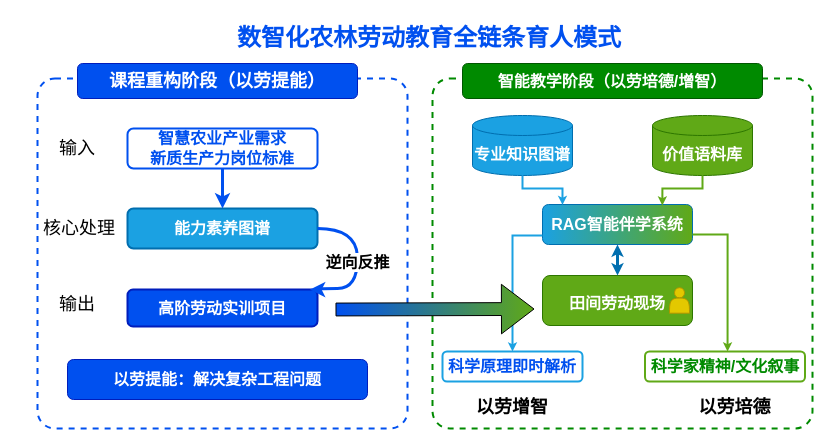
handsome-tony/picture keeps this draw.io diagram as 1.14.drawio. Above is the earlier version. Source tidied: cells renumbered, new cells numbered last; positions are measured from the earlier drawing's top-left corner, leaving out a move shared by most shapes. Both pictures are drawn from the tidied source at 100%, with x=0, y=0 at pixel (17, 18).
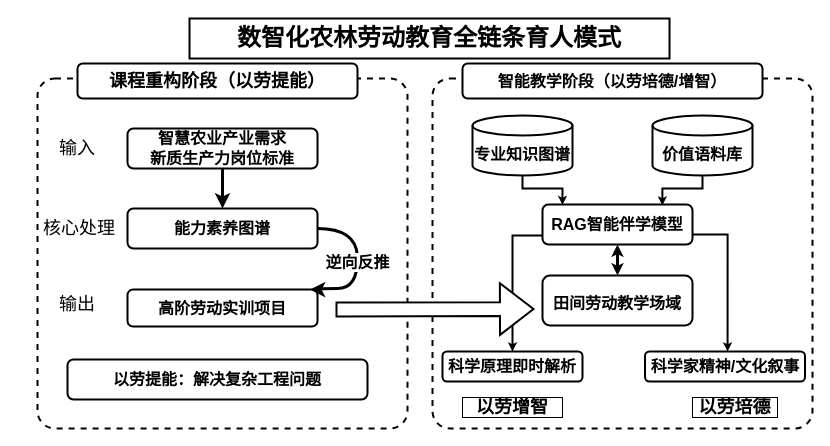
Above is the later version.

What changed in the source:
```diff
@@
-    <mxCell id="2" style="rounded=1;whiteSpace=wrap;html=1;fillColor=none;strokeColor=#008a00;strokeWidth=2;dashed=1;arcSize=5;" parent="1" vertex="1">
+    <mxCell id="2" style="rounded=1;whiteSpace=wrap;html=1;fillColor=none;strokeColor=#000000;strokeWidth=2;dashed=1;arcSize=5;" parent="1" vertex="1">
       <mxGeometry x="415" y="60" width="380" height="350" as="geometry" />
     </mxCell>
-    <mxCell id="3" value="数智化农林劳动教育全链条育人模式" style="text;html=1;strokeColor=none;fillColor=none;align=center;verticalAlign=middle;whiteSpace=wrap;rounded=0;fontSize=24;fontStyle=1;fontColor=#0050EF;" parent="1" vertex="1">
+    <mxCell id="3" value="&lt;font style=&quot;color: rgb(0, 0, 0);&quot;&gt;数智化农林劳动教育全链条育人模式&lt;/font&gt;" style="text;html=1;strokeColor=#000000;fillColor=none;align=center;verticalAlign=middle;whiteSpace=wrap;rounded=0;fontSize=24;fontStyle=1;fontColor=#0050EF;strokeWidth=2;" parent="1" vertex="1">
       <mxGeometry x="172" width="480" height="40" as="geometry" />
     </mxCell>
-    <mxCell id="4" style="rounded=1;whiteSpace=wrap;html=1;fillColor=none;strokeColor=#0050EF;strokeWidth=2;dashed=1;arcSize=5;" parent="1" vertex="1">
+    <mxCell id="4" style="rounded=1;whiteSpace=wrap;html=1;fillColor=none;strokeColor=#000000;strokeWidth=2;dashed=1;arcSize=5;" parent="1" vertex="1">
       <mxGeometry x="20" y="60" width="370" height="350" as="geometry" />
     </mxCell>
-    <mxCell id="5" value="&lt;font style=&quot;font-size: 18px;&quot;&gt;课程重构阶段（以劳提能）&lt;/font&gt;" style="rounded=1;whiteSpace=wrap;html=1;fillColor=#0050EF;strokeColor=#001DBC;fontColor=#ffffff;fontStyle=1;fontSize=16;" parent="1" vertex="1">
+    <mxCell id="5" value="&lt;font style=&quot;font-size: 18px; color: rgb(0, 0, 0);&quot;&gt;课程重构阶段（以劳提能）&lt;/font&gt;" style="rounded=1;whiteSpace=wrap;html=1;fillColor=default;strokeColor=#000000;fontColor=#ffffff;fontStyle=1;fontSize=16;strokeWidth=2;" parent="1" vertex="1">
       <mxGeometry x="60" y="45" width="280" height="35" as="geometry" />
     </mxCell>
@@
-    <mxCell id="9" value="&lt;font style=&quot;font-size: 16px;&quot;&gt;智慧农业产业需求&lt;/font&gt;&lt;div&gt;&lt;font style=&quot;font-size: 16px;&quot;&gt;新质生产力岗位标准&lt;/font&gt;&lt;/div&gt;" style="rounded=1;whiteSpace=wrap;html=1;fillColor=#ffffff;strokeColor=#0050EF;strokeWidth=2;fontStyle=1;fontSize=14;fontColor=#0050EF;" parent="1" vertex="1">
+    <mxCell id="9" value="&lt;font style=&quot;font-size: 16px; color: rgb(0, 0, 0);&quot;&gt;智慧农业产业需求&lt;/font&gt;&lt;div&gt;&lt;font style=&quot;font-size: 16px; color: rgb(0, 0, 0);&quot;&gt;新质生产力岗位标准&lt;/font&gt;&lt;/div&gt;" style="rounded=1;whiteSpace=wrap;html=1;fillColor=#ffffff;strokeColor=#000000;strokeWidth=2;fontStyle=1;fontSize=14;fontColor=#0050EF;" parent="1" vertex="1">
       <mxGeometry x="110" y="110" width="190" height="40" as="geometry" />
     </mxCell>
-    <mxCell id="10" value="&lt;font style=&quot;font-size: 16px;&quot;&gt;能力素养图谱&lt;/font&gt;" style="rounded=1;whiteSpace=wrap;html=1;fillColor=#1ba1e2;strokeColor=#006EAF;strokeWidth=2;fontStyle=1;fontSize=14;fontColor=#ffffff;" parent="1" vertex="1">
+    <mxCell id="10" value="&lt;font style=&quot;font-size: 16px; color: rgb(0, 0, 0);&quot;&gt;能力素养图谱&lt;/font&gt;" style="rounded=1;whiteSpace=wrap;html=1;fillColor=default;strokeColor=#000000;strokeWidth=2;fontStyle=1;fontSize=14;fontColor=#ffffff;" parent="1" vertex="1">
       <mxGeometry x="110" y="190" width="190" height="40" as="geometry" />
     </mxCell>
-    <mxCell id="11" value="&lt;font style=&quot;font-size: 16px;&quot;&gt;高阶劳动实训项目&lt;/font&gt;" style="rounded=1;whiteSpace=wrap;html=1;fillColor=#0050EF;strokeColor=#001DBC;strokeWidth=2;fontStyle=1;fontSize=14;fontColor=#ffffff;" parent="1" vertex="1">
+    <mxCell id="11" value="&lt;font style=&quot;font-size: 16px; color: rgb(0, 0, 0);&quot;&gt;高阶劳动实训项目&lt;/font&gt;" style="rounded=1;whiteSpace=wrap;html=1;fillColor=default;strokeColor=#000000;strokeWidth=2;fontStyle=1;fontSize=14;fontColor=#ffffff;" parent="1" vertex="1">
       <mxGeometry x="110" y="271" width="190" height="37" as="geometry" />
     </mxCell>
-    <mxCell id="12" value="&lt;font style=&quot;font-size: 16px;&quot;&gt;以劳提能：解决复杂工程问题&lt;/font&gt;" style="rounded=1;whiteSpace=wrap;html=1;fillColor=#0050EF;strokeColor=#001DBC;fontStyle=1;fontSize=13;fontColor=#ffffff;" parent="1" vertex="1">
+    <mxCell id="12" value="&lt;font style=&quot;font-size: 16px; color: rgb(0, 0, 0);&quot;&gt;以劳提能：解决复杂工程问题&lt;/font&gt;" style="rounded=1;whiteSpace=wrap;html=1;fillColor=default;strokeColor=#000000;fontStyle=1;fontSize=13;fontColor=#ffffff;strokeWidth=2;" parent="1" vertex="1">
       <mxGeometry x="50" y="341" width="300" height="40" as="geometry" />
     </mxCell>
-    <mxCell id="13" style="style=edgeStyle=orthogonalEdgeStyle;rounded=0;jettySize=auto;html=1;strokeColor=#0050EF;strokeWidth=3;fillColor=#0050EF;" parent="1" edge="1" source="9" target="10">
+    <mxCell id="13" style="style=edgeStyle=orthogonalEdgeStyle;rounded=0;jettySize=auto;html=1;strokeColor=#000000;strokeWidth=3;fillColor=#0050EF;" parent="1" edge="1" source="9" target="10">
       <mxGeometry relative="1" as="geometry" />
     </mxCell>
-    <mxCell id="14" value="&lt;font style=&quot;font-size: 16px;&quot;&gt;逆向反推&lt;/font&gt;" style="edgeStyle=orthogonalEdgeStyle;curved=1;html=1;strokeColor=#0050EF;strokeWidth=3;fontSize=12;fontStyle=1;exitX=1;exitY=0.5;exitDx=0;exitDy=0;entryX=0.96;entryY=0.002;entryDx=0;entryDy=0;fillColor=#0050EF;entryPerimeter=0;" parent="1" edge="1" source="10" target="11">
+    <mxCell id="14" value="&lt;font style=&quot;font-size: 16px;&quot;&gt;逆向反推&lt;/font&gt;" style="edgeStyle=orthogonalEdgeStyle;curved=1;html=1;strokeColor=#000000;strokeWidth=3;fontSize=12;fontStyle=1;exitX=1;exitY=0.5;exitDx=0;exitDy=0;entryX=0.96;entryY=0.002;entryDx=0;entryDy=0;fillColor=#0050EF;entryPerimeter=0;" parent="1" edge="1" source="10" target="11">
       <mxGeometry relative="1" as="geometry">
         <Array as="points">
           <mxPoint x="340" y="210" />
           <mxPoint x="340" y="270" />
           <mxPoint x="300" y="270" />
           <mxPoint x="300" y="271" />
         </Array>
       </mxGeometry>
     </mxCell>
-    <mxCell id="15" style="shape=arrow;whiteSpace=wrap;html=1;fillColor=#0050EF;gradientColor=#60a917;gradientDirection=east;strokeColor=none;" parent="1" vertex="1">
+    <mxCell id="15" style="shape=arrow;whiteSpace=wrap;html=1;fillColor=#0050EF;gradientColor=#60a917;gradientDirection=east;strokeColor=#000000;" parent="1" vertex="1">
       <mxGeometry x="320" y="305" width="260" height="30" as="geometry" />
     </mxCell>
-    <mxCell id="16" value="智能教学阶段（以劳培德/增智）" style="rounded=1;whiteSpace=wrap;html=1;fillColor=#008a00;strokeColor=#005700;fontColor=#ffffff;fontStyle=1;fontSize=16;" parent="1" vertex="1">
+    <mxCell id="16" value="&lt;font style=&quot;color: rgb(0, 0, 0);&quot;&gt;智能教学阶段（以劳培德/增智）&lt;/font&gt;" style="rounded=1;whiteSpace=wrap;html=1;fillColor=default;strokeColor=#000000;fontColor=#ffffff;fontStyle=1;fontSize=16;strokeWidth=2;" parent="1" vertex="1">
       <mxGeometry x="445" y="45" width="300" height="35" as="geometry" />
     </mxCell>
-    <mxCell id="17" value="&lt;font style=&quot;font-size: 16px;&quot;&gt;专业知识图谱&lt;/font&gt;" style="shape=cylinder3;whiteSpace=wrap;html=1;boundedLbl=1;backgroundOutline=1;size=10;fillColor=#1ba1e2;strokeColor=#006EAF;fontColor=#ffffff;fontStyle=1;" parent="1" vertex="1">
+    <mxCell id="17" value="&lt;font style=&quot;font-size: 16px; color: rgb(0, 0, 0);&quot;&gt;专业知识图谱&lt;/font&gt;" style="shape=cylinder3;whiteSpace=wrap;html=1;boundedLbl=1;backgroundOutline=1;size=10;fillColor=default;strokeColor=#000000;fontColor=#ffffff;fontStyle=1;strokeWidth=2;" parent="1" vertex="1">
       <mxGeometry x="455" y="97" width="100" height="60" as="geometry" />
     </mxCell>
-    <mxCell id="18" value="&lt;font style=&quot;font-size: 16px;&quot;&gt;价值语料库&lt;/font&gt;" style="shape=cylinder3;whiteSpace=wrap;html=1;boundedLbl=1;backgroundOutline=1;size=10;fillColor=#60a917;strokeColor=#2D7600;fontColor=#ffffff;fontStyle=1;" parent="1" vertex="1">
+    <mxCell id="18" value="&lt;font style=&quot;font-size: 16px; color: rgb(0, 0, 0);&quot;&gt;价值语料库&lt;/font&gt;" style="shape=cylinder3;whiteSpace=wrap;html=1;boundedLbl=1;backgroundOutline=1;size=10;fillColor=default;strokeColor=#000000;fontColor=#ffffff;fontStyle=1;strokeWidth=2;" parent="1" vertex="1">
       <mxGeometry x="635" y="97" width="100" height="60" as="geometry" />
     </mxCell>
-    <mxCell id="19" value="&lt;font style=&quot;font-size: 16px;&quot;&gt;RAG智能伴学系统&lt;/font&gt;" style="rounded=1;whiteSpace=wrap;html=1;fillColor=#1ba1e2;strokeColor=#006EAF;gradientColor=#60a917;gradientDirection=east;fontStyle=1;fontSize=14;fontColor=#ffffff;" parent="1" vertex="1">
+    <mxCell id="19" value="&lt;font style=&quot;font-size: 16px; color: rgb(0, 0, 0);&quot;&gt;RAG智能伴学模型&lt;/font&gt;" style="rounded=1;whiteSpace=wrap;html=1;fillColor=none;strokeColor=#000000;gradientColor=#60a917;gradientDirection=east;fontStyle=1;fontSize=14;fontColor=#ffffff;strokeWidth=2;" parent="1" vertex="1">
       <mxGeometry x="525" y="186" width="150" height="40" as="geometry" />
     </mxCell>
-    <mxCell id="20" value="田间劳动现场" style="rounded=1;whiteSpace=wrap;html=1;fillColor=#60a917;strokeColor=#2D7600;fontStyle=1;fontSize=16;fontColor=#ffffff;verticalAlign=bottom;spacingBottom=10;" parent="1" vertex="1">
+    <mxCell id="20" value="&lt;font style=&quot;color: rgb(0, 0, 0);&quot;&gt;田间劳动教学场域&lt;/font&gt;" style="rounded=1;whiteSpace=wrap;html=1;fillColor=default;strokeColor=#000000;fontStyle=1;fontSize=16;fontColor=#ffffff;verticalAlign=bottom;spacingBottom=10;strokeWidth=2;" parent="1" vertex="1">
       <mxGeometry x="525" y="257" width="150" height="50" as="geometry" />
     </mxCell>
-    <mxCell id="21" style="shape=actor;whiteSpace=wrap;html=1;fillColor=#e3c800;strokeColor=#b09500;" parent="1" vertex="1">
-      <mxGeometry x="652" y="269.2" width="20" height="25.5" as="geometry" />
-    </mxCell>
-    <mxCell id="22" value="&lt;font style=&quot;font-size: 16px;&quot;&gt;科学原理即时解析&lt;/font&gt;" style="rounded=1;whiteSpace=wrap;html=1;fillColor=#ffffff;strokeColor=#1ba1e2;strokeWidth=2;fontStyle=1;fontSize=13;fontColor=#0050EF;" parent="1" vertex="1">
+    <mxCell id="22" value="&lt;font style=&quot;font-size: 16px; color: rgb(0, 0, 0);&quot;&gt;科学原理即时解析&lt;/font&gt;" style="rounded=1;whiteSpace=wrap;html=1;fillColor=#ffffff;strokeColor=#000000;strokeWidth=2;fontStyle=1;fontSize=13;fontColor=#0050EF;" parent="1" vertex="1">
       <mxGeometry x="425" y="333" width="140" height="30" as="geometry" />
     </mxCell>
-    <mxCell id="23" value="&lt;font style=&quot;font-size: 16px;&quot;&gt;科学家精神/文化叙事&lt;/font&gt;" style="rounded=1;whiteSpace=wrap;html=1;fillColor=#ffffff;strokeColor=#60a917;strokeWidth=2;fontStyle=1;fontSize=13;fontColor=#008a00;" parent="1" vertex="1">
+    <mxCell id="23" value="&lt;font style=&quot;font-size: 16px; color: rgb(0, 0, 0);&quot;&gt;科学家精神/文化叙事&lt;/font&gt;" style="rounded=1;whiteSpace=wrap;html=1;fillColor=#ffffff;strokeColor=#000000;strokeWidth=2;fontStyle=1;fontSize=13;fontColor=#008a00;" parent="1" vertex="1">
       <mxGeometry x="627.5" y="333" width="160" height="30" as="geometry" />
     </mxCell>
-    <mxCell id="24" value="&lt;font style=&quot;font-size: 18px;&quot;&gt;以劳增智&lt;/font&gt;" style="text;html=1;strokeColor=none;fillColor=none;align=center;verticalAlign=middle;whiteSpace=wrap;rounded=0;fontStyle=1;" parent="1" vertex="1">
+    <mxCell id="24" value="&lt;font style=&quot;font-size: 18px;&quot;&gt;以劳增智&lt;/font&gt;" style="text;html=1;strokeColor=#000000;fillColor=none;align=center;verticalAlign=middle;whiteSpace=wrap;rounded=0;fontStyle=1;" parent="1" vertex="1">
       <mxGeometry x="445" y="379" width="100" height="20" as="geometry" />
     </mxCell>
-    <mxCell id="25" value="&lt;font style=&quot;font-size: 18px;&quot;&gt;以劳培德&lt;/font&gt;" style="text;html=1;strokeColor=none;fillColor=none;align=center;verticalAlign=middle;whiteSpace=wrap;rounded=0;fontStyle=1;" parent="1" vertex="1">
+    <mxCell id="25" value="&lt;font style=&quot;font-size: 18px;&quot;&gt;以劳培德&lt;/font&gt;" style="text;html=1;strokeColor=#000000;fillColor=none;align=center;verticalAlign=middle;whiteSpace=wrap;rounded=0;fontStyle=1;" parent="1" vertex="1">
       <mxGeometry x="675" y="379" width="85" height="20" as="geometry" />
     </mxCell>
-    <mxCell id="26" style="edgeStyle=orthogonalEdgeStyle;rounded=0;jettySize=auto;html=1;entryX=0.133;entryY=0.01;entryDx=0;entryDy=0;strokeWidth=2;strokeColor=#1ba1e2;entryPerimeter=0;endSize=3;" parent="1" edge="1" source="17" target="19">
+    <mxCell id="26" style="edgeStyle=orthogonalEdgeStyle;rounded=0;jettySize=auto;html=1;entryX=0.133;entryY=0.01;entryDx=0;entryDy=0;strokeWidth=2;strokeColor=#000000;entryPerimeter=0;endSize=3;" parent="1" edge="1" source="17" target="19">
       <mxGeometry relative="1" as="geometry">
         <Array as="points">
           <mxPoint x="505" y="170" />
           <mxPoint x="545" y="170" />
         </Array>
       </mxGeometry>
     </mxCell>
-    <mxCell id="27" style="edgeStyle=orthogonalEdgeStyle;rounded=0;jettySize=auto;html=1;entryX=0.799;entryY=0.024;entryDx=0;entryDy=0;strokeWidth=2;strokeColor=#60a917;entryPerimeter=0;endSize=3;" parent="1" edge="1" source="18" target="19">
+    <mxCell id="27" style="edgeStyle=orthogonalEdgeStyle;rounded=0;jettySize=auto;html=1;entryX=0.799;entryY=0.024;entryDx=0;entryDy=0;strokeWidth=2;strokeColor=#000000;entryPerimeter=0;endSize=3;" parent="1" edge="1" source="18" target="19">
       <mxGeometry relative="1" as="geometry">
         <Array as="points">
           <mxPoint x="685" y="170" />
           <mxPoint x="645" y="170" />
         </Array>
       </mxGeometry>
     </mxCell>
-    <mxCell id="28" style="edgeStyle=orthogonalEdgeStyle;rounded=0;jettySize=auto;html=1;startArrow=classic;startFill=1;endArrow=classic;endFill=1;strokeWidth=3;strokeColor=#006EAF;startSize=3;endSize=3;" parent="1" edge="1" source="19" target="20">
+    <mxCell id="28" style="edgeStyle=orthogonalEdgeStyle;rounded=0;jettySize=auto;html=1;startArrow=classic;startFill=1;endArrow=classic;endFill=1;strokeWidth=3;strokeColor=#000000;startSize=3;endSize=3;" parent="1" edge="1" source="19" target="20">
       <mxGeometry relative="1" as="geometry" />
     </mxCell>
-    <mxCell id="29" style="edgeStyle=orthogonalEdgeStyle;rounded=0;jettySize=auto;html=1;entryX=0.5;entryY=0;entryDx=0;entryDy=0;strokeWidth=2;strokeColor=#1ba1e2;endSize=3;" parent="1" edge="1" source="19" target="22">
+    <mxCell id="29" style="edgeStyle=orthogonalEdgeStyle;rounded=0;jettySize=auto;html=1;entryX=0.5;entryY=0;entryDx=0;entryDy=0;strokeWidth=2;strokeColor=#000000;endSize=3;" parent="1" edge="1" source="19" target="22">
       <mxGeometry relative="1" as="geometry">
         <Array as="points">
           <mxPoint x="495" y="217" />
         </Array>
       </mxGeometry>
     </mxCell>
-    <mxCell id="30" style="edgeStyle=orthogonalEdgeStyle;rounded=0;jettySize=auto;html=1;entryX=0.516;entryY=-0.002;entryDx=0;entryDy=0;strokeWidth=2;strokeColor=#60a917;entryPerimeter=0;endSize=3;exitX=1;exitY=0.75;exitDx=0;exitDy=0;" parent="1" edge="1" source="19" target="23">
+    <mxCell id="30" style="edgeStyle=orthogonalEdgeStyle;rounded=0;jettySize=auto;html=1;entryX=0.516;entryY=-0.002;entryDx=0;entryDy=0;strokeWidth=2;strokeColor=#000000;entryPerimeter=0;endSize=3;exitX=1;exitY=0.75;exitDx=0;exitDy=0;" parent="1" edge="1" source="19" target="23">
       <mxGeometry relative="1" as="geometry">
         <Array as="points">
           <mxPoint x="710" y="216" />
         </Array>
       </mxGeometry>
     </mxCell>
-    <mxCell id="31" style="shape=flexArrow;endArrow=classic;html=1;rounded=0;entryX=0;entryY=0.75;entryDx=0;entryDy=0;endWidth=35.714285714285715;endSize=10.519047619047619;width=12.857142857142856;fillColor=#0050EF;gradientColor=#60A917;gradientDirection=east;" parent="1" edge="1">
+    <mxCell id="31" style="shape=flexArrow;endArrow=classic;html=1;rounded=0;entryX=0;entryY=0.75;entryDx=0;entryDy=0;endWidth=35.714285714285715;endSize=10.519047619047619;width=12.857142857142856;fillColor=default;gradientColor=none;gradientDirection=east;strokeColor=#000000;strokeWidth=2;" parent="1" edge="1">
       <mxGeometry relative="1" as="geometry">
         <mxPoint x="318" y="291" as="sourcePoint" />
         <mxPoint x="517" y="290.5" as="targetPoint" />
       </mxGeometry>
     </mxCell>
```
